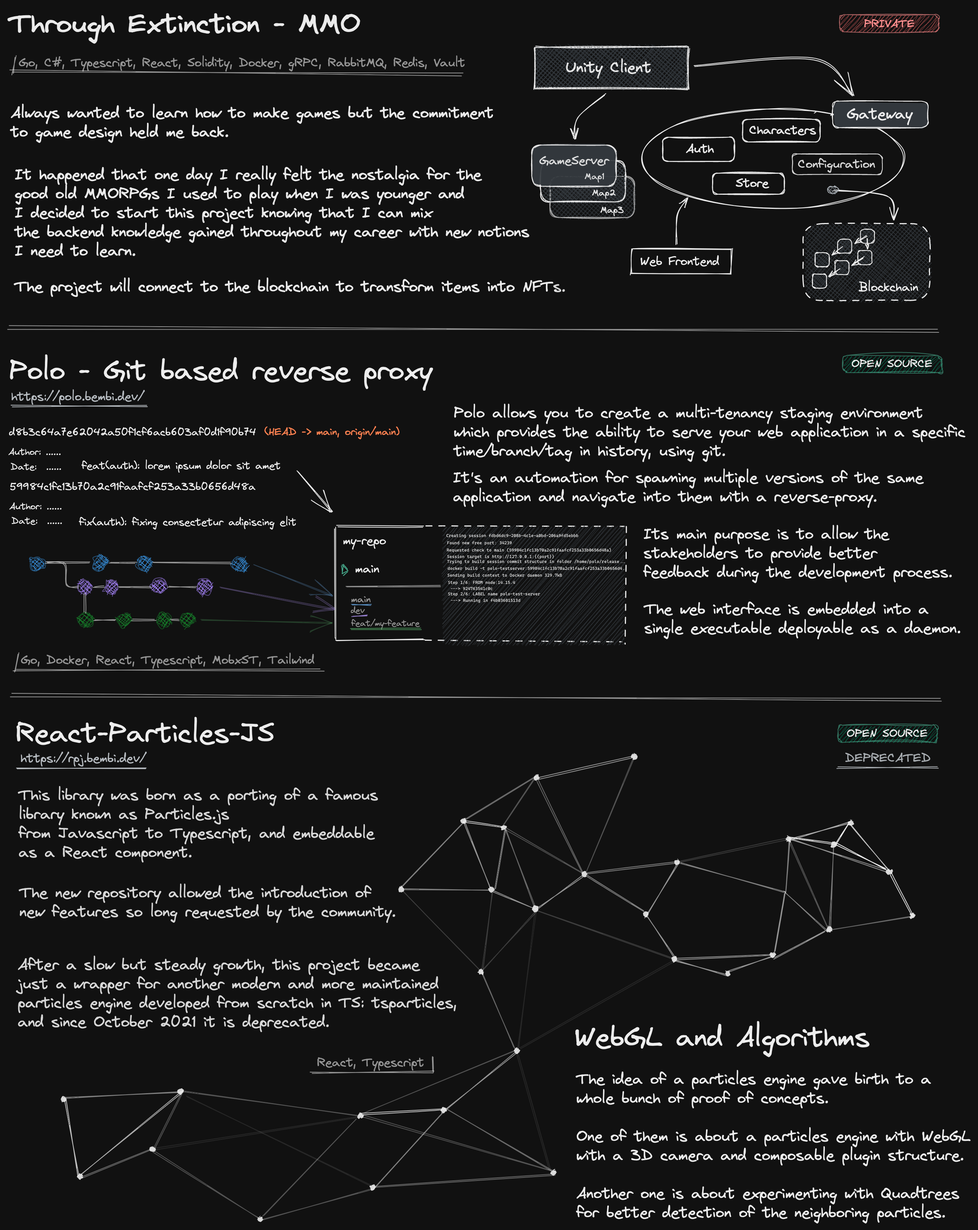
Earlier version of the Excalidraw export projects-dark.png (Wufe/wufe). Source tidied: one line per element, renumbered; positions are measured from the earlier drawing's top-left corner, leaving out a move shared by most shapes.
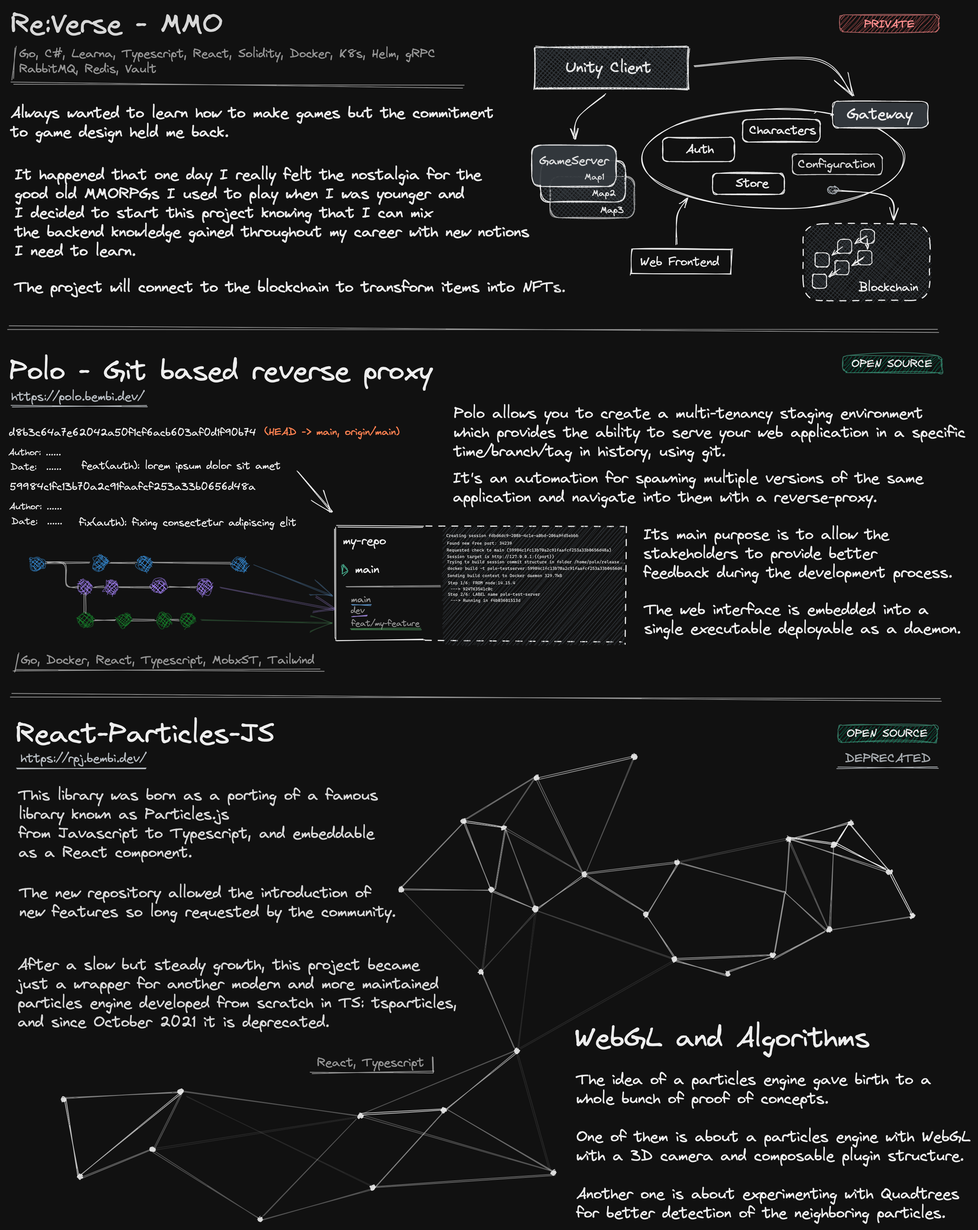
Later version of the same file.

Diff of the diagram source:
```diff
@@ -1,4 +1,4 @@
-{"id": 0, "type": "text", "text": "Through Extinction - MMO", "strokeColor": "#000000", "backgroundColor": "#ced4da", "fillStyle": "cross-hatch", "strokeWidth": 1, "roughness": 1, "opacity": 90, "fontSize": 36, "fontFamily": 1, "x": 2, "y": 0, "width": 462, "height": 45}
+{"id": 0, "type": "text", "text": "Re:Verse - MMO", "strokeColor": "#000000", "backgroundColor": "#ced4da", "fillStyle": "cross-hatch", "strokeWidth": 1, "roughness": 1, "opacity": 90, "fontSize": 36, "fontFamily": 1, "x": 5, "y": 0, "width": 279, "height": 45}
 {"id": 1, "type": "text", "text": "Always wanted to learn how to make games but the commitment\nto game design held me back. ", "strokeColor": "#000000", "backgroundColor": "#ced4da", "fillStyle": "cross-hatch", "strokeWidth": 1, "roughness": 1, "opacity": 90, "fontSize": 20, "fontFamily": 1, "x": 5, "y": 126, "width": 634, "height": 50}
 {"id": 2, "type": "text", "text": "It happened that one day I really felt the nostalgia for the\ngood old MMORPGs I used to play when I was younger and\nI decided to start this project knowing that I can mix\nthe backend knowledge gained throughout my career with new notions\nI need to learn.", "strokeColor": "#000000", "backgroundColor": "#ced4da", "fillStyle": "cross-hatch", "strokeWidth": 1, "roughness": 1, "opacity": 90, "fontSize": 20, "fontFamily": 1, "x": 10, "y": 207, "width": 675, "height": 125}
 {"id": 3, "type": "text", "text": "The project will connect to the blockchain to transform items into NFT.", "strokeColor": "#000000", "backgroundColor": "#ced4da", "fillStyle": "cross-hatch", "strokeWidth": 1, "roughness": 1, "opacity": 90, "fontSize": 20, "fontFamily": 1, "x": 10, "y": 354, "width": 713, "height": 25}
@@ -17,7 +17,6 @@
 {"id": 16, "type": "text", "text": "Map3", "strokeColor": "#000000", "strokeWidth": 1, "roughness": 1, "opacity": 90, "fontSize": 11.88, "fontFamily": 1, "x": 778, "y": 258, "width": 32, "height": 15}
 {"id": 17, "type": "rectangle", "strokeColor": "#000000", "strokeWidth": 1, "roughness": 1, "opacity": 90, "x": 926, "y": 217, "width": 94, "height": 28}
 {"id": 18, "type": "text", "text": "Store", "strokeColor": "#000000", "strokeWidth": 1, "roughness": 1, "opacity": 90, "fontSize": 16, "fontFamily": 1, "x": 956, "y": 221, "width": 44, "height": 20}
-{"id": 19, "type": "text", "text": "Through Extinction - MMO", "strokeColor": "#000000", "backgroundColor": "#ced4da", "fillStyle": "cross-hatch", "strokeWidth": 1, "roughness": 1, "opacity": 90, "fontSize": 36, "fontFamily": 1, "x": 2, "y": 0, "width": 462, "height": 45}
 {"id": 20, "type": "text", "text": "Always wanted to learn how to make games but the commitment\nto game design held me back. ", "strokeColor": "#000000", "backgroundColor": "#ced4da", "fillStyle": "cross-hatch", "strokeWidth": 1, "roughness": 1, "opacity": 90, "fontSize": 20, "fontFamily": 1, "x": 4, "y": 126, "width": 634, "height": 50}
 {"id": 21, "type": "text", "text": "It happened that one day I really felt the nostalgia for the\ngood old MMORPGs I used to play when I was younger and\nI decided to start this project knowing that I can mix\nthe backend knowledge gained throughout my career with new notions\nI need to learn.", "strokeColor": "#000000", "backgroundColor": "#ced4da", "fillStyle": "cross-hatch", "strokeWidth": 1, "roughness": 1, "opacity": 90, "fontSize": 20, "fontFamily": 1, "x": 10, "y": 207, "width": 675, "height": 125}
 {"id": 22, "type": "text", "text": "The project will connect to the blockchain to transform items into NFTs.", "strokeColor": "#000000", "backgroundColor": "#ced4da", "fillStyle": "cross-hatch", "strokeWidth": 1, "roughness": 1, "opacity": 90, "fontSize": 20, "fontFamily": 1, "x": 9, "y": 354, "width": 724, "height": 25}
@@ -62,9 +61,9 @@
 {"id": 61, "type": "text", "text": "Web Frontend", "strokeColor": "#000000", "backgroundColor": "#868e96", "fillStyle": "cross-hatch", "strokeWidth": 1, "roughness": 1, "fontSize": 16, "fontFamily": 1, "x": 831, "y": 324, "width": 105, "height": 20}
 {"id": 62, "type": "rectangle", "strokeColor": "#000000", "strokeWidth": 1, "roughness": 1, "x": 819, "y": 317, "width": 131, "height": 33}
 {"id": 63, "type": "arrow", "strokeColor": "#000000", "strokeWidth": 1, "roughness": 1, "endArrowhead": "arrow", "from": 62, "to": 40, "x": 878, "y": 310, "width": 15, "height": 61, "points": [[0, 0], [2, -39], [15, -61]]}
-{"id": 64, "type": "text", "text": "Go, C#, Typescript, React, Solidity, Docker, gRPC, RabbitMQ, Redis, Vault", "strokeColor": "#000000", "strokeWidth": 1, "roughness": 1, "opacity": 60, "fontSize": 16, "fontFamily": 1, "x": 15, "y": 63, "width": 587, "height": 20}
+{"id": 64, "type": "text", "text": "Go, C#, Learna, Typescript, React, Solidity, Docker, K8s, Helm, gRPC\nRabbitMQ, Redis, Vault", "strokeColor": "#000000", "strokeWidth": 1, "roughness": 1, "opacity": 60, "fontSize": 16, "fontFamily": 1, "x": 16, "y": 51, "width": 547, "height": 40}
-{"id": 65, "type": "line", "strokeColor": "#000000", "strokeWidth": 1, "roughness": 1, "opacity": 60, "x": 12, "y": 64, "width": 5, "height": 24, "points": [[0, 0], [-5, 24]]}
+{"id": 65, "type": "line", "strokeColor": "#000000", "strokeWidth": 1, "roughness": 1, "opacity": 60, "x": 12, "y": 51, "width": 5, "height": 43, "points": [[0, 0], [-5, 43]]}
-{"id": 66, "type": "line", "strokeColor": "#000000", "strokeWidth": 1, "roughness": 2, "opacity": 60, "x": 7, "y": 85, "width": 590, "height": 0, "points": [[0, 0], [590, 0]]}
+{"id": 66, "type": "line", "strokeColor": "#000000", "strokeWidth": 1, "roughness": 2, "opacity": 60, "x": 9, "y": 101, "width": 590, "height": 0, "points": [[0, 0], [590, 0]]}
 {"id": 67, "type": "text", "text": "PRIVATE", "strokeColor": "#c92a2a", "strokeWidth": 1, "roughness": 2, "fontSize": 14.64, "fontFamily": 1, "x": 1124, "y": 12, "width": 68, "height": 18}
 {"id": 68, "type": "line", "strokeColor": "#000000", "strokeWidth": 1, "roughness": 2, "opacity": 60, "x": 0, "y": 419, "width": 1221, "height": 5, "points": [[0, 0], [1221, 5]]}
 {"id": 69, "type": "text", "text": "Polo - Git based reverse proxy", "strokeColor": "#000000", "strokeWidth": 1, "roughness": 2, "fontSize": 36, "fontFamily": 1, "x": 3, "y": 455, "width": 556, "height": 45}
```
